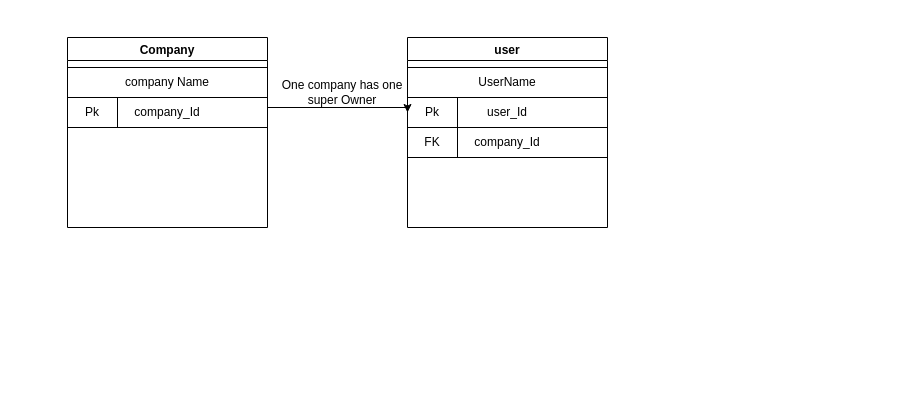
Earlier version of the draw.io diagram Untitled Diagram.drawio (Ibrar-techvention/nextJs_LandingPAge). Source tidied: cells renumbered, new cells numbered last; positions are measured from the earlier drawing's top-left corner, leaving out a move shared by most shapes. Both pictures are drawn from the tidied source at 100%, with x=0, y=0 at pixel (67, 37).
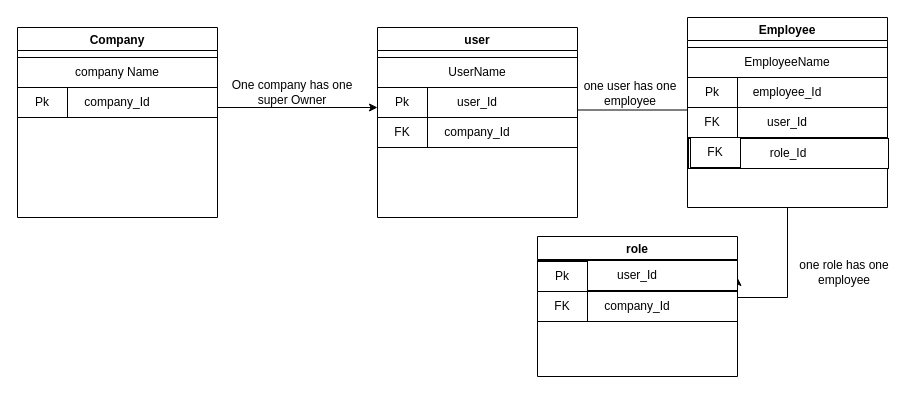
The same page after the edit.

Commit message:
Update Marktronic ERD

Unchanged cells that the change refers to:
```xml
<mxCell id="4" value="company_Id" style="rounded=0;whiteSpace=wrap;html=1;" parent="2" vertex="1">
  <mxGeometry y="60" width="200" height="30" as="geometry" />
</mxCell>
<mxCell id="8" value="user_Id" style="rounded=0;whiteSpace=wrap;html=1;" parent="6" vertex="1">
  <mxGeometry y="60" width="200" height="30" as="geometry" />
</mxCell>
```

The edit, as a diff of the source:
```diff
@@
     <mxCell id="2" value="Company" style="swimlane;" parent="1" vertex="1">
-      <mxGeometry width="200" height="190" as="geometry" />
+      <mxGeometry x="-50" y="-10" width="200" height="190" as="geometry" />
     </mxCell>
@@
     <mxCell id="6" value="user" style="swimlane;" parent="1" vertex="1">
-      <mxGeometry x="340" width="200" height="190" as="geometry" />
+      <mxGeometry x="310" y="-10" width="200" height="190" as="geometry" />
     </mxCell>
@@
     <mxCell id="12" style="edgeStyle=orthogonalEdgeStyle;rounded=0;jettySize=auto;html=1;exitX=1;exitY=0.5;exitDx=0;exitDy=0;" parent="1" edge="1" source="4">
       <mxGeometry relative="1" as="geometry">
-        <mxPoint x="340" y="75" as="targetPoint" />
+        <mxPoint x="310" y="70" as="targetPoint" />
         <Array as="points">
-          <mxPoint x="200" y="70" />
-          <mxPoint x="340" y="70" />
+          <mxPoint x="150" y="70" />
         </Array>
       </mxGeometry>
     </mxCell>
     <mxCell id="13" value="One company has one super Owner" style="text;html=1;strokeColor=none;fillColor=none;align=center;verticalAlign=middle;whiteSpace=wrap;rounded=0;" parent="1" vertex="1">
-      <mxGeometry x="200" y="40" width="150" height="30" as="geometry" />
+      <mxGeometry x="150" y="40" width="150" height="30" as="geometry" />
     </mxCell>
+    <mxCell id="14" style="edgeStyle=orthogonalEdgeStyle;rounded=0;jettySize=auto;html=1;exitX=1;exitY=0.75;exitDx=0;exitDy=0;" parent="1" edge="1" source="8">
+      <mxGeometry relative="1" as="geometry">
+        <mxPoint x="640" y="70" as="targetPoint" />
+        <Array as="points">
+          <mxPoint x="640" y="73" />
+        </Array>
+      </mxGeometry>
+    </mxCell>
+    <mxCell id="15" style="edgeStyle=orthogonalEdgeStyle;rounded=0;jettySize=auto;html=1;" parent="1" edge="1" source="16">
+      <mxGeometry relative="1" as="geometry">
+        <mxPoint x="670" y="240" as="targetPoint" />
+        <Array as="points">
+          <mxPoint x="720" y="260" />
+          <mxPoint x="670" y="260" />
+        </Array>
+      </mxGeometry>
+    </mxCell>
+    <mxCell id="16" value="Employee" style="swimlane;" parent="1" vertex="1">
+      <mxGeometry x="620" y="-20" width="200" height="190" as="geometry" />
+    </mxCell>
+    <mxCell id="17" value="EmployeeName" style="rounded=0;whiteSpace=wrap;html=1;" parent="16" vertex="1">
+      <mxGeometry y="30" width="200" height="30" as="geometry" />
+    </mxCell>
+    <mxCell id="18" value="employee_Id" style="rounded=0;whiteSpace=wrap;html=1;" parent="16" vertex="1">
+      <mxGeometry y="60" width="200" height="30" as="geometry" />
+    </mxCell>
+    <mxCell id="19" value="user_Id" style="rounded=0;whiteSpace=wrap;html=1;" parent="16" vertex="1">
+      <mxGeometry y="90" width="200" height="30" as="geometry" />
+    </mxCell>
+    <mxCell id="20" value="Pk" style="rounded=0;whiteSpace=wrap;html=1;" parent="16" vertex="1">
+      <mxGeometry y="60" width="50" height="30" as="geometry" />
+    </mxCell>
+    <mxCell id="21" value="FK" style="rounded=0;whiteSpace=wrap;html=1;" parent="16" vertex="1">
+      <mxGeometry y="90" width="50" height="30" as="geometry" />
+    </mxCell>
+    <mxCell id="22" value="role_Id" style="rounded=0;whiteSpace=wrap;html=1;" parent="16" vertex="1">
+      <mxGeometry x="1" y="121" width="200" height="30" as="geometry" />
+    </mxCell>
+    <mxCell id="23" value="FK" style="rounded=0;whiteSpace=wrap;html=1;" parent="16" vertex="1">
+      <mxGeometry x="3" y="120" width="50" height="30" as="geometry" />
+    </mxCell>
+    <mxCell id="24" value="one user has one employee" style="text;html=1;strokeColor=none;fillColor=none;align=center;verticalAlign=middle;whiteSpace=wrap;rounded=0;" parent="1" vertex="1">
+      <mxGeometry x="506" y="41" width="114" height="30" as="geometry" />
+    </mxCell>
+    <mxCell id="25" value="role" style="swimlane;" parent="1" vertex="1">
+      <mxGeometry x="470" y="199" width="200" height="140" as="geometry" />
+    </mxCell>
+    <mxCell id="26" value="user_Id" style="rounded=0;whiteSpace=wrap;html=1;" parent="25" vertex="1">
+      <mxGeometry y="24" width="200" height="30" as="geometry" />
+    </mxCell>
+    <mxCell id="27" value="company_Id" style="rounded=0;whiteSpace=wrap;html=1;" parent="25" vertex="1">
+      <mxGeometry y="55" width="200" height="30" as="geometry" />
+    </mxCell>
+    <mxCell id="28" value="Pk" style="rounded=0;whiteSpace=wrap;html=1;" parent="25" vertex="1">
+      <mxGeometry y="25" width="50" height="30" as="geometry" />
+    </mxCell>
+    <mxCell id="29" value="FK" style="rounded=0;whiteSpace=wrap;html=1;" parent="25" vertex="1">
+      <mxGeometry y="55" width="50" height="30" as="geometry" />
+    </mxCell>
+    <mxCell id="30" value="one role has one employee" style="text;html=1;strokeColor=none;fillColor=none;align=center;verticalAlign=middle;whiteSpace=wrap;rounded=0;" parent="1" vertex="1">
+      <mxGeometry x="720" y="220" width="114" height="30" as="geometry" />
+    </mxCell>
```
